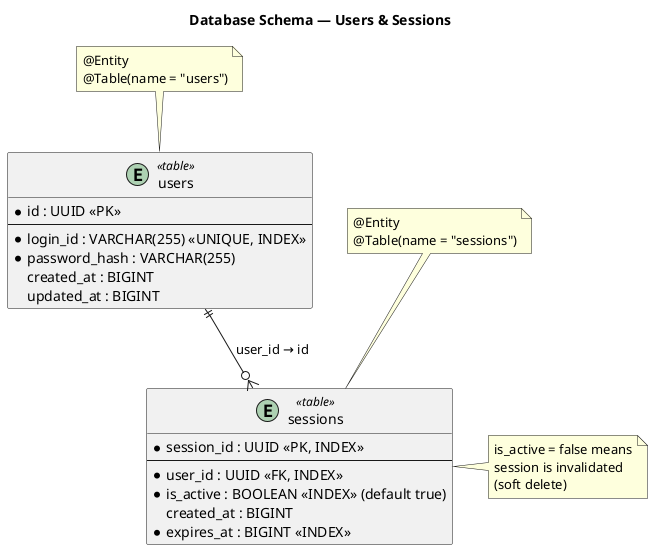
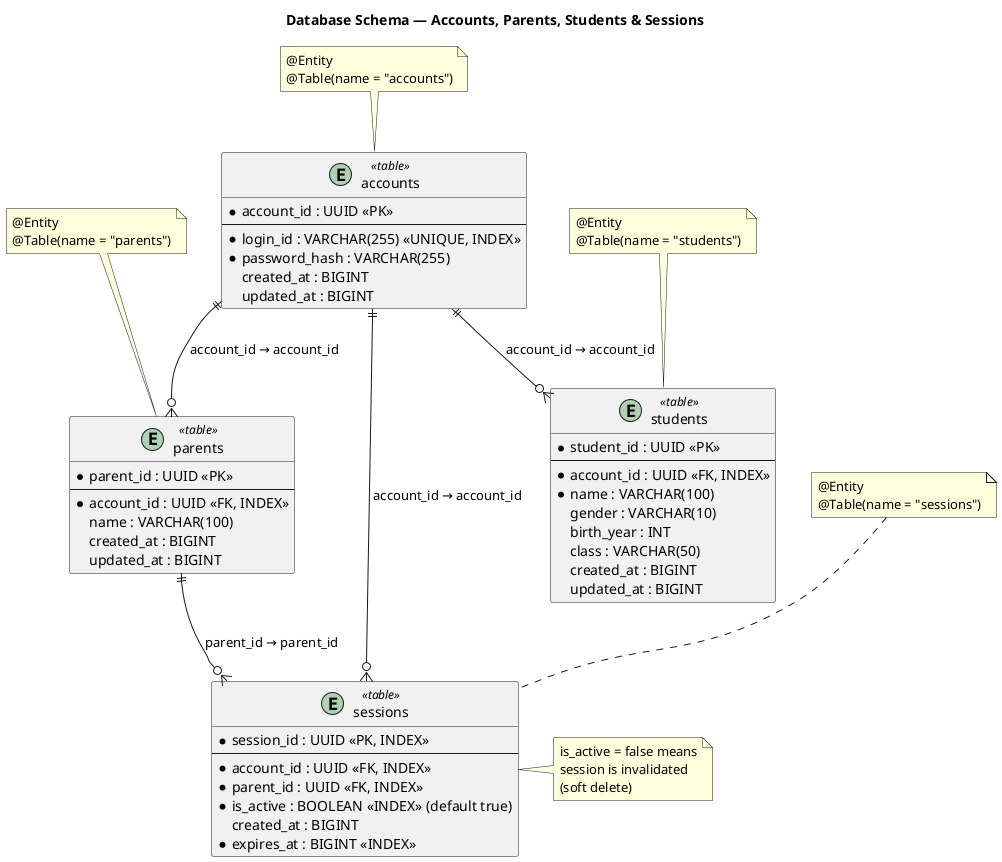
@startuml
- title Database Schema — Users & Sessions
+ title Database Schema — Accounts, Parents, Students & Sessions

!define table(x) entity x <<table>>

- table(users) {
-   * id : UUID <<PK>>
+ table(accounts) {
+   * account_id : UUID <<PK>>
  --
  * login_id : VARCHAR(255) <<UNIQUE, INDEX>>
  * password_hash : VARCHAR(255)
  created_at : BIGINT
  updated_at : BIGINT
}

+ table(parents) {
+   * parent_id : UUID <<PK>>
+   --
+   * account_id : UUID <<FK, INDEX>>
+   name : VARCHAR(100)
+   created_at : BIGINT
+   updated_at : BIGINT
+ }
+ 
+ table(students) {
+   * student_id : UUID <<PK>>
+   --
+   * account_id : UUID <<FK, INDEX>>
+   * name : VARCHAR(100)
+   gender : VARCHAR(10)
+   birth_year : INT
+   class : VARCHAR(50)
+   created_at : BIGINT
+   updated_at : BIGINT
+ }
+ 
table(sessions) {
  * session_id : UUID <<PK, INDEX>>
  --
-   * user_id : UUID <<FK, INDEX>>
+   * account_id : UUID <<FK, INDEX>>
+   * parent_id : UUID <<FK, INDEX>>
  * is_active : BOOLEAN <<INDEX>> (default true)
  created_at : BIGINT
  * expires_at : BIGINT <<INDEX>>
}

- users ||--o{ sessions : "user_id → id"
+ accounts ||--o{ parents : "account_id → account_id"
+ accounts ||--o{ students : "account_id → account_id"
+ accounts ||--o{ sessions : "account_id → account_id"
+ parents ||--o{ sessions : "parent_id → parent_id"

- note top of users : @Entity\n@Table(name = "users")
+ note top of accounts : @Entity\n@Table(name = "accounts")
+ note top of parents : @Entity\n@Table(name = "parents")
+ note top of students : @Entity\n@Table(name = "students")
note top of sessions : @Entity\n@Table(name = "sessions")
note right of sessions : is_active = false means\nsession is invalidated\n(soft delete)

@enduml
